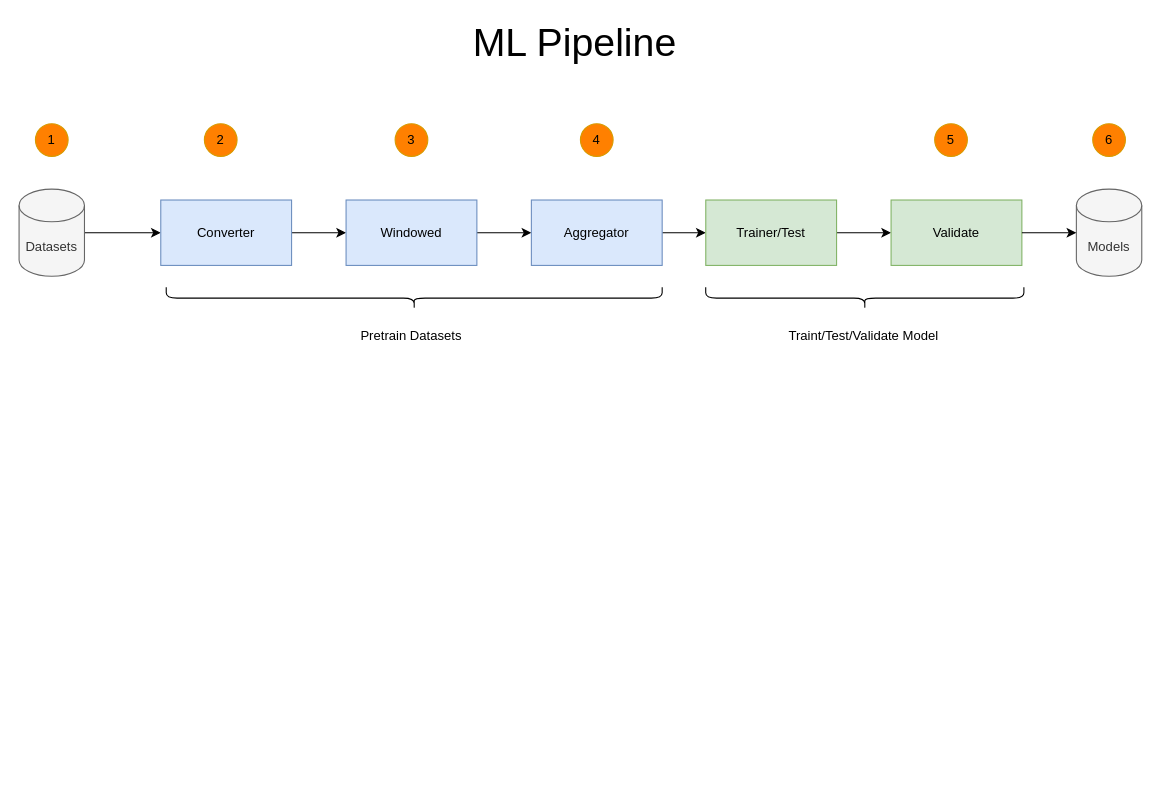
This is WearablePermed.drawio from SiMuR-UO/uniovi-simur-wearablepermed-docs, a draw.io file, before an edit. Source tidied: cells renumbered, new cells numbered last; positions are measured from the earlier drawing's top-left corner, leaving out a move shared by most shapes. Both pictures are drawn from the tidied source at 109%, with x=0, y=0 at pixel (19, 25).
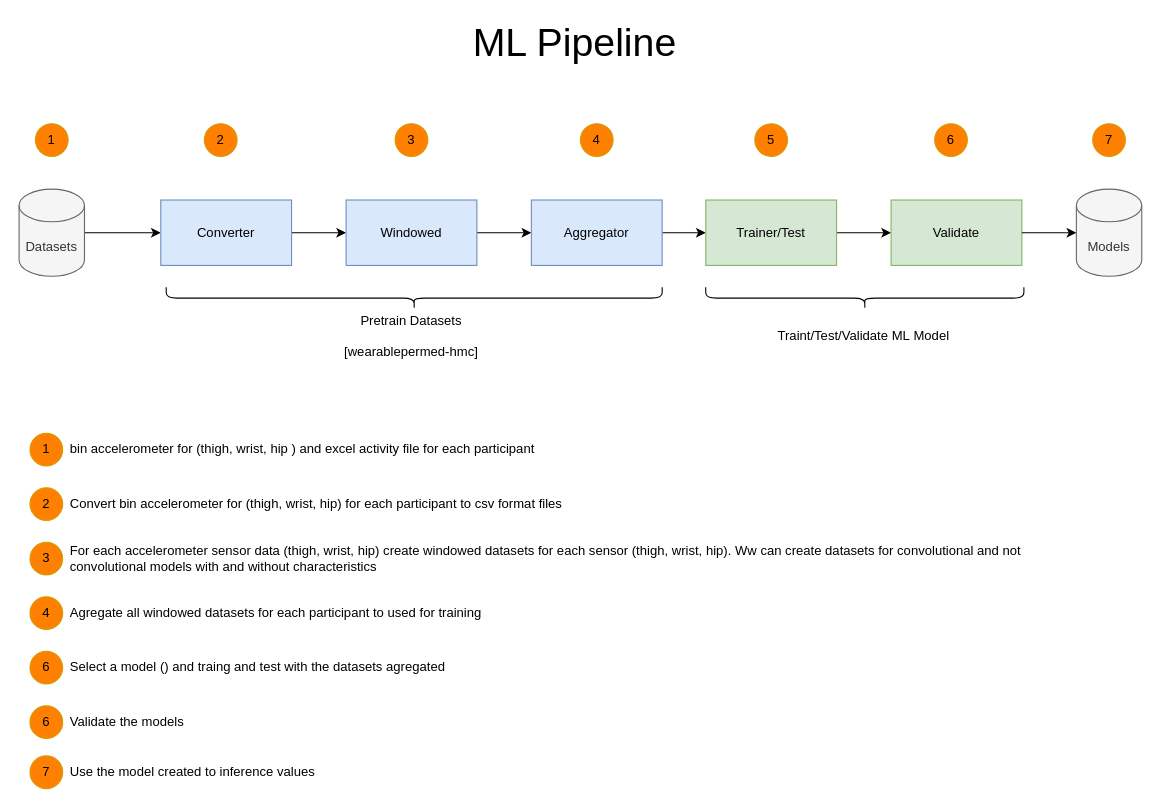
The same page after the edit.

What changed in the source:
```diff
@@
-    <mxCell id="17" value="5" style="ellipse;whiteSpace=wrap;html=1;fillColor=#FF8000;strokeColor=#d79b00;" parent="1" vertex="1">
+    <mxCell id="17" value="6" style="ellipse;whiteSpace=wrap;html=1;fillColor=#FF8000;strokeColor=#d79b00;" parent="1" vertex="1">
       <mxGeometry x="840" y="90" width="30" height="30" as="geometry" />
     </mxCell>
-    <mxCell id="18" value="6" style="ellipse;whiteSpace=wrap;html=1;fillColor=#FF8000;strokeColor=#d79b00;" parent="1" vertex="1">
+    <mxCell id="18" value="7" style="ellipse;whiteSpace=wrap;html=1;fillColor=#FF8000;strokeColor=#d79b00;" parent="1" vertex="1">
       <mxGeometry x="985" y="90" width="30" height="30" as="geometry" />
     </mxCell>
@@
-    <mxCell id="21" value="Pretrain Datasets" style="text;html=1;align=center;verticalAlign=middle;whiteSpace=wrap;rounded=0;" parent="1" vertex="1">
+    <mxCell id="21" value="Pretrain Datasets&lt;br&gt;&lt;br&gt;[&lt;span style=&quot;background-color: transparent; color: light-dark(rgb(0, 0, 0), rgb(255, 255, 255));&quot;&gt;wearablepermed-hmc]&lt;/span&gt;" style="text;html=1;align=center;verticalAlign=middle;whiteSpace=wrap;rounded=0;" parent="1" vertex="1">
       <mxGeometry x="130" y="270" width="460" height="30" as="geometry" />
     </mxCell>
-    <mxCell id="22" value="Traint/Test/Validate Model" style="text;html=1;align=center;verticalAlign=middle;whiteSpace=wrap;rounded=0;" parent="1" vertex="1">
+    <mxCell id="22" value="Traint/Test/Validate ML&amp;nbsp;&lt;span style=&quot;background-color: transparent; color: light-dark(rgb(0, 0, 0), rgb(255, 255, 255));&quot;&gt;Model&lt;/span&gt;" style="text;html=1;align=center;verticalAlign=middle;whiteSpace=wrap;rounded=0;" parent="1" vertex="1">
       <mxGeometry x="630" y="270" width="290" height="30" as="geometry" />
     </mxCell>
@@
+    <mxCell id="26" value="1" style="ellipse;whiteSpace=wrap;html=1;fillColor=#FF8000;strokeColor=#d79b00;" parent="1" vertex="1">
+      <mxGeometry x="10" y="374" width="30" height="30" as="geometry" />
+    </mxCell>
+    <mxCell id="27" value="bin accelerometer for (thigh, wrist, hip ) and excel activity file for each participant" style="text;html=1;align=left;verticalAlign=middle;whiteSpace=wrap;rounded=0;" parent="1" vertex="1">
+      <mxGeometry x="45" y="374" width="880" height="30" as="geometry" />
+    </mxCell>
+    <mxCell id="28" value="2" style="ellipse;whiteSpace=wrap;html=1;fillColor=#FF8000;strokeColor=#d79b00;" parent="1" vertex="1">
+      <mxGeometry x="10" y="424" width="30" height="30" as="geometry" />
+    </mxCell>
+    <mxCell id="29" value="Convert bin accelerometer for (thigh, wrist, hip) for each participant to csv format files" style="text;html=1;align=left;verticalAlign=middle;whiteSpace=wrap;rounded=0;" parent="1" vertex="1">
+      <mxGeometry x="45" y="424" width="880" height="30" as="geometry" />
+    </mxCell>
+    <mxCell id="30" value="3" style="ellipse;whiteSpace=wrap;html=1;fillColor=#FF8000;strokeColor=#d79b00;" parent="1" vertex="1">
+      <mxGeometry x="10" y="474" width="30" height="30" as="geometry" />
+    </mxCell>
+    <mxCell id="31" value="For each accelerometer sensor data (thigh, wrist, hip) create windowed datasets for each sensor (thigh, wrist, hip). Ww can create datasets for convolutional and not convolutional models with and without characteristics" style="text;html=1;align=left;verticalAlign=middle;whiteSpace=wrap;rounded=0;" parent="1" vertex="1">
+      <mxGeometry x="45" y="474" width="880" height="30" as="geometry" />
+    </mxCell>
+    <mxCell id="32" value="4" style="ellipse;whiteSpace=wrap;html=1;fillColor=#FF8000;strokeColor=#d79b00;" parent="1" vertex="1">
+      <mxGeometry x="10" y="524" width="30" height="30" as="geometry" />
+    </mxCell>
+    <mxCell id="33" value="Agregate all windowed datasets for each participant to used for training" style="text;html=1;align=left;verticalAlign=middle;whiteSpace=wrap;rounded=0;" parent="1" vertex="1">
+      <mxGeometry x="45" y="524" width="880" height="30" as="geometry" />
+    </mxCell>
+    <mxCell id="34" value="5" style="ellipse;whiteSpace=wrap;html=1;fillColor=#FF8000;strokeColor=#d79b00;" parent="1" vertex="1">
+      <mxGeometry x="675" y="90" width="30" height="30" as="geometry" />
+    </mxCell>
+    <mxCell id="35" value="6" style="ellipse;whiteSpace=wrap;html=1;fillColor=#FF8000;strokeColor=#d79b00;" parent="1" vertex="1">
+      <mxGeometry x="10" y="574" width="30" height="30" as="geometry" />
+    </mxCell>
+    <mxCell id="36" value="Select a model () and traing and test with the datasets agregated" style="text;html=1;align=left;verticalAlign=middle;whiteSpace=wrap;rounded=0;" parent="1" vertex="1">
+      <mxGeometry x="45" y="574" width="880" height="30" as="geometry" />
+    </mxCell>
+    <mxCell id="37" value="6" style="ellipse;whiteSpace=wrap;html=1;fillColor=#FF8000;strokeColor=#d79b00;" parent="1" vertex="1">
+      <mxGeometry x="10" y="624" width="30" height="30" as="geometry" />
+    </mxCell>
+    <mxCell id="38" value="Validate the models" style="text;html=1;align=left;verticalAlign=middle;whiteSpace=wrap;rounded=0;" parent="1" vertex="1">
+      <mxGeometry x="45" y="624" width="880" height="30" as="geometry" />
+    </mxCell>
+    <mxCell id="39" value="7" style="ellipse;whiteSpace=wrap;html=1;fillColor=#FF8000;strokeColor=#d79b00;" parent="1" vertex="1">
+      <mxGeometry x="10" y="670" width="30" height="30" as="geometry" />
+    </mxCell>
+    <mxCell id="40" value="Use the model created to inference values&amp;nbsp;" style="text;html=1;align=left;verticalAlign=middle;whiteSpace=wrap;rounded=0;" parent="1" vertex="1">
+      <mxGeometry x="45" y="670" width="880" height="30" as="geometry" />
+    </mxCell>
```
